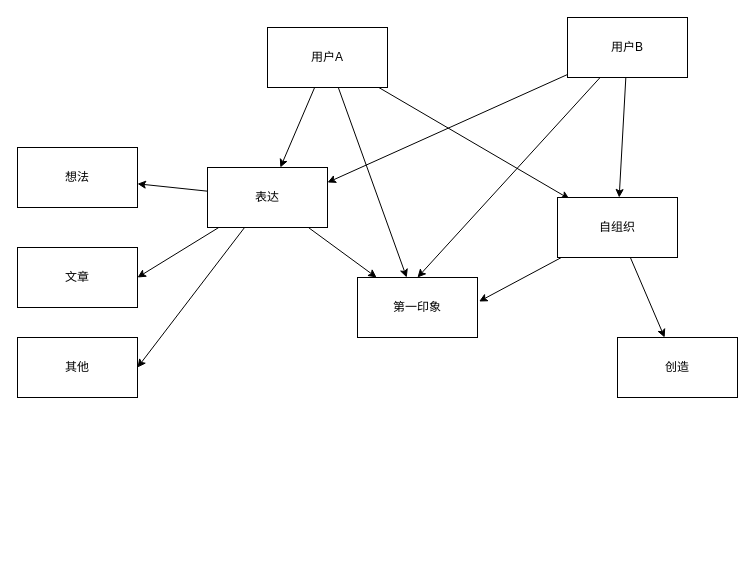
Before: docs/drawios/design.drawio in zuiyu1998/feel, a draw.io diagram. Source tidied: cells renumbered, new cells numbered last; positions are measured from the earlier drawing's top-left corner, leaving out a move shared by most shapes. Both pictures are drawn from the tidied source at 100%, with x=0, y=0 at pixel (17, 17).
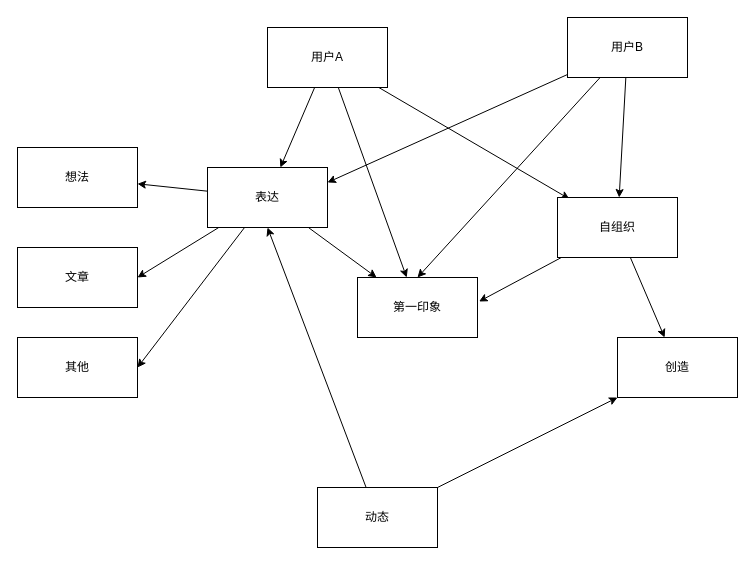
Above is the later version.

The change refers to these unchanged cells:
```xml
<mxCell id="7" value="表达" style="rounded=0;whiteSpace=wrap;html=1;" parent="1" vertex="1">
  <mxGeometry x="190" y="150" width="120" height="60" as="geometry" />
</mxCell>
<mxCell id="8" value="创造" style="rounded=0;whiteSpace=wrap;html=1;" parent="1" vertex="1">
  <mxGeometry x="600" y="320" width="120" height="60" as="geometry" />
</mxCell>
```

Diff of the diagram source:
```diff
@@
+    <mxCell id="23" style="edgeStyle=none;html=1;entryX=0.5;entryY=1;entryDx=0;entryDy=0;" parent="1" edge="1" source="25" target="7">
+      <mxGeometry relative="1" as="geometry" />
+    </mxCell>
+    <mxCell id="24" style="edgeStyle=none;html=1;" parent="1" edge="1" source="25" target="8">
+      <mxGeometry relative="1" as="geometry" />
+    </mxCell>
+    <mxCell id="25" value="动态" style="rounded=0;whiteSpace=wrap;html=1;" parent="1" vertex="1">
+      <mxGeometry x="300" y="470" width="120" height="60" as="geometry" />
+    </mxCell>
```
